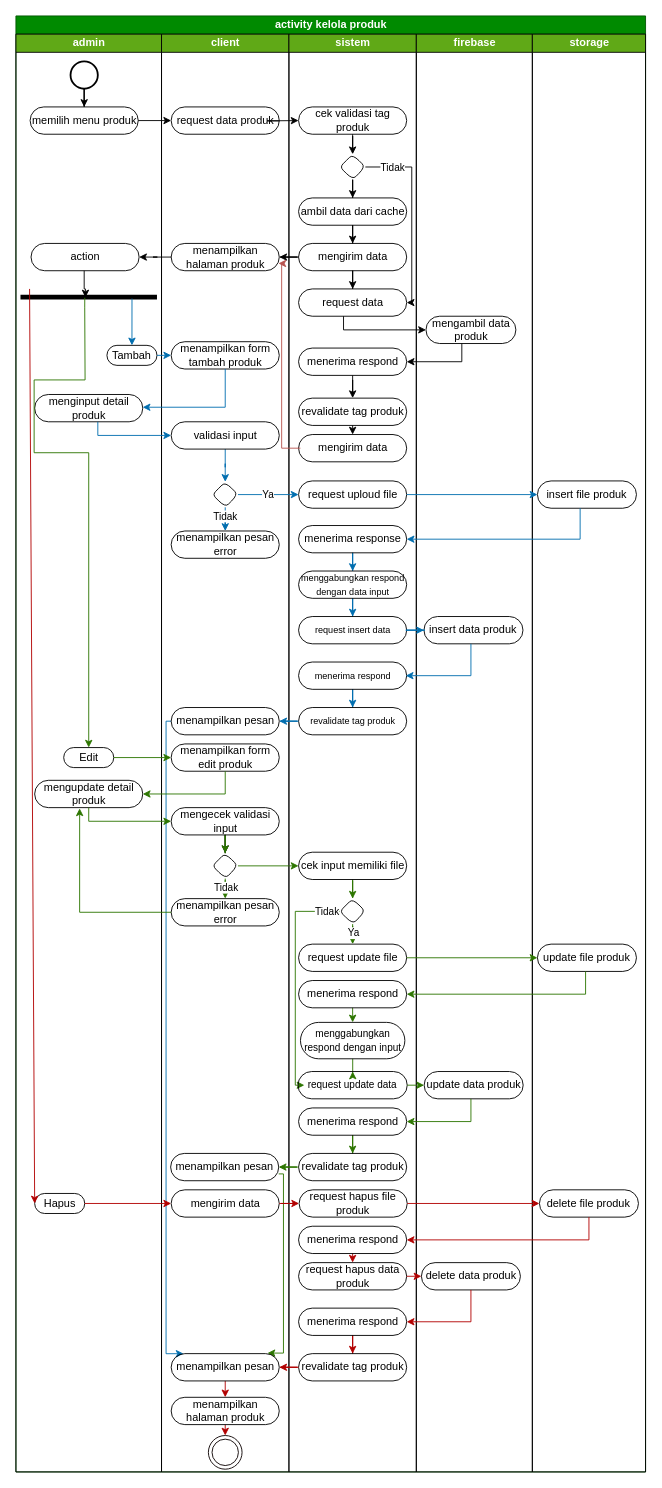
Earlier version of the draw.io diagram page "activity kelola produk" (17 of 18) of skrpsian.drawio (ThikerXCX/umltoko). Source tidied: cells renumbered, new cells numbered last; positions are measured from the earlier drawing's top-left corner, leaving out a move shared by most shapes. Both pictures are drawn from the tidied source at 91%, with x=0, y=0 at pixel (15, 15).
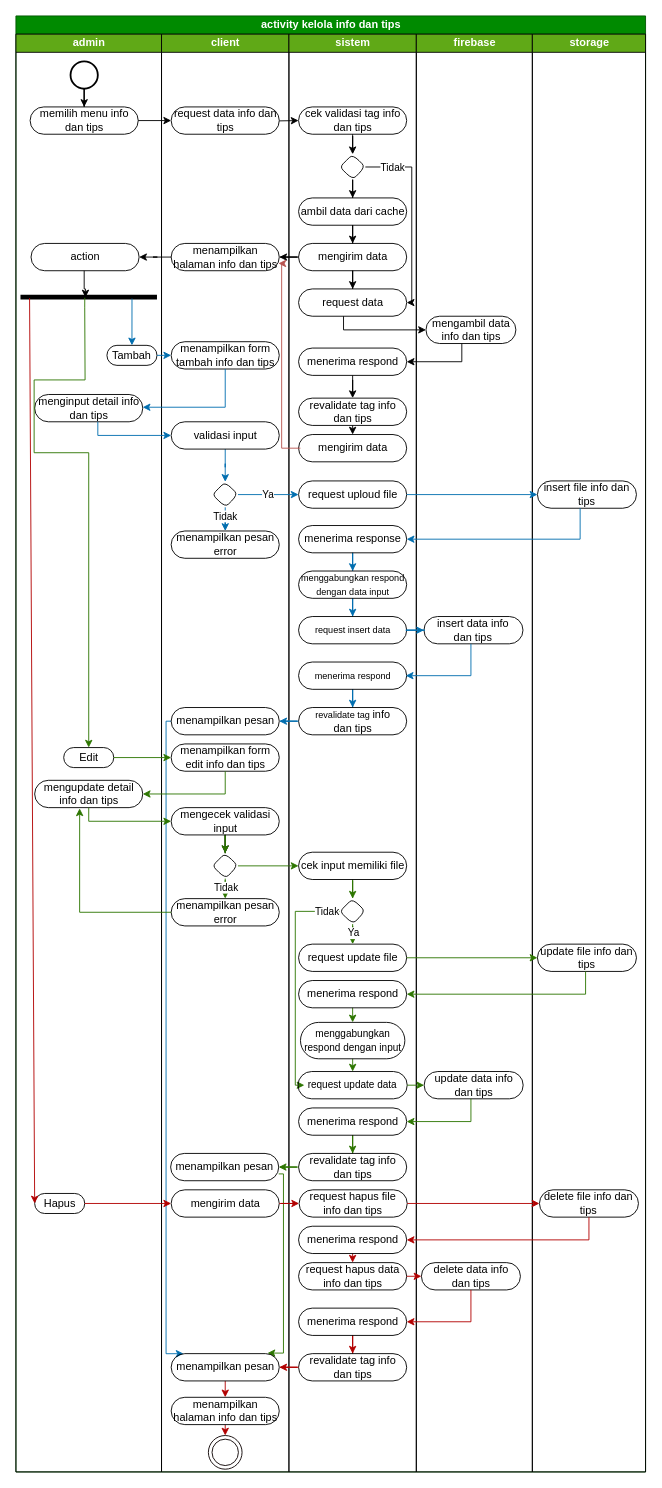
The same page after the edit.

The change refers to these unchanged cells:
```xml
<mxCell id="3" value="admin" style="swimlane;startSize=20;html=1;fillColor=#60a917;fontColor=#ffffff;strokeColor=#000000;" parent="2" vertex="1">
  <mxGeometry y="20" width="160" height="1580" as="geometry" />
</mxCell>
<mxCell id="16" value="Hapus" style="rounded=1;whiteSpace=wrap;html=1;arcSize=50;fillColor=none;" parent="3" vertex="1">
  <mxGeometry x="20.6" y="1274" width="55" height="22" as="geometry" />
</mxCell>
<mxCell id="17" value="client" style="swimlane;startSize=20;html=1;fillColor=#60a917;fontColor=#ffffff;strokeColor=#000000;" parent="2" vertex="1">
  <mxGeometry x="160" y="20" width="140" height="1580" as="geometry" />
</mxCell>
<mxCell id="45" value="sistem" style="swimlane;startSize=20;html=1;fillColor=#60a917;fontColor=#ffffff;strokeColor=#000000;" parent="2" vertex="1">
  <mxGeometry x="300" y="20" width="140" height="1580" as="geometry" />
</mxCell>
<mxCell id="82" value="&lt;font style=&quot;font-size: 11px;&quot;&gt;menggabungkan respond dengan input&lt;/font&gt;" style="rounded=1;whiteSpace=wrap;html=1;arcSize=50;fillColor=none;" parent="45" vertex="1">
  <mxGeometry x="12.7" y="1086" width="114.7" height="40" as="geometry" />
</mxCell>
<mxCell id="83" value="&lt;font style=&quot;font-size: 11px;&quot;&gt;request update data&lt;/font&gt;" style="rounded=1;whiteSpace=wrap;html=1;arcSize=50;fillColor=none;" parent="45" vertex="1">
  <mxGeometry x="10" y="1140" width="120" height="30" as="geometry" />
</mxCell>
<mxCell id="94" value="firebase" style="swimlane;startSize=20;html=1;fillColor=#60a917;fontColor=#ffffff;strokeColor=#000000;" parent="2" vertex="1">
  <mxGeometry x="440" y="20" width="127.5" height="1580" as="geometry" />
</mxCell>
<mxCell id="99" value="storage" style="swimlane;startSize=20;html=1;fillColor=#60a917;fontColor=#ffffff;strokeColor=#000000;" parent="2" vertex="1">
  <mxGeometry x="567.5" y="20" width="124.4" height="1580" as="geometry" />
</mxCell>
```

Diff of the diagram source:
```diff
@@
-    <mxCell id="2" value="activity kelola produk" style="swimlane;startSize=20;html=1;fillColor=#008a00;fontColor=#ffffff;strokeColor=#005700;" parent="1" vertex="1">
+    <mxCell id="2" value="activity kelola info dan tips" style="swimlane;startSize=20;html=1;fillColor=#008a00;fontColor=#ffffff;strokeColor=#005700;" parent="1" vertex="1">
       <mxGeometry width="691.9" height="1600" as="geometry" />
     </mxCell>
@@
-    <mxCell id="6" value="memilih menu produk" style="rounded=1;whiteSpace=wrap;html=1;arcSize=50;fillColor=none;" parent="3" vertex="1">
+    <mxCell id="6" value="memilih menu info dan tips" style="rounded=1;whiteSpace=wrap;html=1;arcSize=50;fillColor=none;" parent="3" vertex="1">
       <mxGeometry x="15.6" y="80" width="118.8" height="30" as="geometry" />
     </mxCell>
@@
-    <mxCell id="12" value="menginput detail produk" style="rounded=1;whiteSpace=wrap;html=1;arcSize=50;fillColor=none;" parent="3" vertex="1">
+    <mxCell id="12" value="menginput detail info dan tips" style="rounded=1;whiteSpace=wrap;html=1;arcSize=50;fillColor=none;" parent="3" vertex="1">
       <mxGeometry x="20.6" y="396" width="118.8" height="30" as="geometry" />
     </mxCell>
@@
-    <mxCell id="15" value="mengupdate detail produk" style="rounded=1;whiteSpace=wrap;html=1;arcSize=50;fillColor=none;" parent="3" vertex="1">
+    <mxCell id="15" value="mengupdate detail info dan tips" style="rounded=1;whiteSpace=wrap;html=1;arcSize=50;fillColor=none;" parent="3" vertex="1">
       <mxGeometry x="20.6" y="820" width="118.8" height="30" as="geometry" />
     </mxCell>
@@
-    <mxCell id="18" value="request data produk" style="rounded=1;whiteSpace=wrap;html=1;arcSize=50;fillColor=none;" parent="17" vertex="1">
+    <mxCell id="18" value="request data info dan tips" style="rounded=1;whiteSpace=wrap;html=1;arcSize=50;fillColor=none;" parent="17" vertex="1">
       <mxGeometry x="10.6" y="80" width="118.8" height="30" as="geometry" />
     </mxCell>
-    <mxCell id="19" value="menampilkan halaman produk" style="rounded=1;whiteSpace=wrap;html=1;arcSize=50;fillColor=none;" parent="17" vertex="1">
+    <mxCell id="19" value="menampilkan halaman info dan tips" style="rounded=1;whiteSpace=wrap;html=1;arcSize=50;fillColor=none;" parent="17" vertex="1">
       <mxGeometry x="10.6" y="230" width="118.8" height="30" as="geometry" />
     </mxCell>
-    <mxCell id="20" value="menampilkan form tambah produk" style="rounded=1;whiteSpace=wrap;html=1;arcSize=50;fillColor=none;" parent="17" vertex="1">
+    <mxCell id="20" value="menampilkan form tambah info dan tips" style="rounded=1;whiteSpace=wrap;html=1;arcSize=50;fillColor=none;" parent="17" vertex="1">
       <mxGeometry x="10.6" y="338" width="118.8" height="30" as="geometry" />
     </mxCell>
@@
-    <mxCell id="29" value="menampilkan form edit produk" style="rounded=1;whiteSpace=wrap;html=1;arcSize=50;fillColor=none;" parent="17" vertex="1">
+    <mxCell id="29" value="menampilkan form edit info dan tips" style="rounded=1;whiteSpace=wrap;html=1;arcSize=50;fillColor=none;" parent="17" vertex="1">
       <mxGeometry x="10.6" y="780" width="118.8" height="30" as="geometry" />
     </mxCell>
@@
-    <mxCell id="43" value="menampilkan halaman produk" style="rounded=1;whiteSpace=wrap;html=1;arcSize=50;fillColor=none;" parent="17" vertex="1">
+    <mxCell id="43" value="menampilkan halaman info dan tips" style="rounded=1;whiteSpace=wrap;html=1;arcSize=50;fillColor=none;" parent="17" vertex="1">
       <mxGeometry x="10.6" y="1498" width="118.8" height="30" as="geometry" />
     </mxCell>
@@
-    <mxCell id="47" value="cek validasi tag produk" style="rounded=1;whiteSpace=wrap;html=1;arcSize=50;fillColor=none;" parent="45" vertex="1">
+    <mxCell id="47" value="cek validasi tag info dan tips" style="rounded=1;whiteSpace=wrap;html=1;arcSize=50;fillColor=none;" parent="45" vertex="1">
       <mxGeometry x="10.6" y="80" width="118.8" height="30" as="geometry" />
     </mxCell>
@@
-    <mxCell id="60" value="revalidate tag produk" style="rounded=1;whiteSpace=wrap;html=1;arcSize=50;fillColor=none;" parent="45" vertex="1">
+    <mxCell id="60" value="revalidate tag info dan tips" style="rounded=1;whiteSpace=wrap;html=1;arcSize=50;fillColor=none;" parent="45" vertex="1">
       <mxGeometry x="10.6" y="400" width="118.8" height="30" as="geometry" />
     </mxCell>
@@
-    <mxCell id="70" value="&lt;font style=&quot;font-size: 10px;&quot;&gt;revalidate tag produk&lt;/font&gt;" style="rounded=1;whiteSpace=wrap;html=1;arcSize=50;fillColor=none;" parent="45" vertex="1">
+    <mxCell id="70" value="&lt;font style=&quot;font-size: 10px;&quot;&gt;revalidate tag&amp;nbsp;&lt;/font&gt;info&lt;div&gt;dan tips&lt;/div&gt;" style="rounded=1;whiteSpace=wrap;html=1;arcSize=50;fillColor=none;" parent="45" vertex="1">
       <mxGeometry x="10.6" y="740" width="118.8" height="30" as="geometry" />
     </mxCell>
@@
     <mxCell id="81" style="edgeStyle=orthogonalEdgeStyle;rounded=0;jettySize=auto;html=1;fillColor=#60a917;strokeColor=#2D7600;" parent="45" edge="1" source="82" target="83">
-      <mxGeometry relative="1" as="geometry" />
+      <mxGeometry relative="1" as="geometry">
+        <Array as="points">
+          <mxPoint x="70" y="1140" />
+          <mxPoint x="70" y="1140" />
+        </Array>
+      </mxGeometry>
     </mxCell>
@@
-    <mxCell id="86" value="revalidate tag produk" style="rounded=1;whiteSpace=wrap;html=1;arcSize=50;fillColor=none;" parent="45" vertex="1">
+    <mxCell id="86" value="revalidate tag info dan tips" style="rounded=1;whiteSpace=wrap;html=1;arcSize=50;fillColor=none;" parent="45" vertex="1">
       <mxGeometry x="10.6" y="1230" width="118.8" height="30" as="geometry" />
     </mxCell>
-    <mxCell id="87" value="request hapus file produk" style="rounded=1;whiteSpace=wrap;html=1;arcSize=50;fillColor=none;" parent="45" vertex="1">
+    <mxCell id="87" value="request hapus file info dan tips" style="rounded=1;whiteSpace=wrap;html=1;arcSize=50;fillColor=none;" parent="45" vertex="1">
       <mxGeometry x="11.2" y="1270" width="118.8" height="30" as="geometry" />
     </mxCell>
@@
-    <mxCell id="90" value="request hapus data produk" style="rounded=1;whiteSpace=wrap;html=1;arcSize=50;fillColor=none;" parent="45" vertex="1">
+    <mxCell id="90" value="request hapus data info dan tips" style="rounded=1;whiteSpace=wrap;html=1;arcSize=50;fillColor=none;" parent="45" vertex="1">
       <mxGeometry x="10.6" y="1350" width="118.8" height="30" as="geometry" />
     </mxCell>
@@
-    <mxCell id="93" value="revalidate tag produk" style="rounded=1;whiteSpace=wrap;html=1;arcSize=50;fillColor=none;" parent="45" vertex="1">
+    <mxCell id="93" value="revalidate tag info dan tips" style="rounded=1;whiteSpace=wrap;html=1;arcSize=50;fillColor=none;" parent="45" vertex="1">
       <mxGeometry x="10.6" y="1450" width="118.8" height="30" as="geometry" />
     </mxCell>
@@
-    <mxCell id="95" value="mengambil data produk" style="rounded=1;whiteSpace=wrap;html=1;arcSize=50;fillColor=none;" parent="94" vertex="1">
+    <mxCell id="95" value="mengambil data info dan tips" style="rounded=1;whiteSpace=wrap;html=1;arcSize=50;fillColor=none;" parent="94" vertex="1">
       <mxGeometry x="10.6" y="310" width="98.8" height="30" as="geometry" />
     </mxCell>
-    <mxCell id="96" value="insert data produk" style="rounded=1;whiteSpace=wrap;html=1;arcSize=50;fillColor=none;" parent="94" vertex="1">
+    <mxCell id="96" value="insert data info&lt;div&gt;dan tips&lt;/div&gt;" style="rounded=1;whiteSpace=wrap;html=1;arcSize=50;fillColor=none;" parent="94" vertex="1">
       <mxGeometry x="8.4" y="640" width="108.8" height="30" as="geometry" />
     </mxCell>
-    <mxCell id="97" value="update data produk" style="rounded=1;whiteSpace=wrap;html=1;arcSize=50;fillColor=none;" parent="94" vertex="1">
+    <mxCell id="97" value="update data info dan tips" style="rounded=1;whiteSpace=wrap;html=1;arcSize=50;fillColor=none;" parent="94" vertex="1">
       <mxGeometry x="8.6" y="1140" width="108.8" height="30" as="geometry" />
     </mxCell>
-    <mxCell id="98" value="delete data produk" style="rounded=1;whiteSpace=wrap;html=1;arcSize=50;fillColor=none;" parent="94" vertex="1">
+    <mxCell id="98" value="delete data info&lt;div&gt;dan tips&lt;/div&gt;" style="rounded=1;whiteSpace=wrap;html=1;arcSize=50;fillColor=none;" parent="94" vertex="1">
       <mxGeometry x="5.6" y="1350" width="108.8" height="30" as="geometry" />
     </mxCell>
@@
-    <mxCell id="100" value="insert file produk" style="rounded=1;whiteSpace=wrap;html=1;arcSize=50;fillColor=none;" parent="99" vertex="1">
+    <mxCell id="100" value="insert file info dan tips" style="rounded=1;whiteSpace=wrap;html=1;arcSize=50;fillColor=none;" parent="99" vertex="1">
       <mxGeometry x="5.6" y="491" width="108.8" height="30" as="geometry" />
     </mxCell>
-    <mxCell id="101" value="update file produk" style="rounded=1;whiteSpace=wrap;html=1;arcSize=50;fillColor=none;" parent="99" vertex="1">
+    <mxCell id="101" value="update file info dan tips" style="rounded=1;whiteSpace=wrap;html=1;arcSize=50;fillColor=none;" parent="99" vertex="1">
       <mxGeometry x="5.6" y="1000" width="108.8" height="30" as="geometry" />
     </mxCell>
-    <mxCell id="102" value="delete file produk" style="rounded=1;whiteSpace=wrap;html=1;arcSize=50;fillColor=none;" parent="99" vertex="1">
+    <mxCell id="102" value="delete file info dan tips" style="rounded=1;whiteSpace=wrap;html=1;arcSize=50;fillColor=none;" parent="99" vertex="1">
       <mxGeometry x="7.8" y="1270" width="108.8" height="30" as="geometry" />
     </mxCell>
@@
-    <mxCell id="104" style="edgeStyle=orthogonalEdgeStyle;rounded=0;jettySize=auto;html=1;entryX=0;entryY=0.5;entryDx=0;entryDy=0;exitX=1.001;exitY=0.511;exitDx=0;exitDy=0;exitPerimeter=0;" parent="2" edge="1" source="18" target="47">
-      <mxGeometry relative="1" as="geometry">
-        <Array as="points">
-          <mxPoint x="276" y="115" />
-        </Array>
-      </mxGeometry>
+    <mxCell id="104" style="rounded=0;jettySize=auto;html=1;entryX=0;entryY=0.5;entryDx=0;entryDy=0;exitX=1.001;exitY=0.511;exitDx=0;exitDy=0;exitPerimeter=0;" parent="2" edge="1" source="18" target="47">
+      <mxGeometry relative="1" as="geometry" />
     </mxCell>
@@
-    <mxCell id="137" style="rounded=0;jettySize=auto;html=1;exitX=0.033;exitY=0.556;exitDx=0;exitDy=0;exitPerimeter=0;fillColor=#e51400;strokeColor=#B20000;entryX=0;entryY=0.5;entryDx=0;entryDy=0;" parent="1" edge="1" target="16">
+    <mxCell id="137" style="rounded=0;jettySize=auto;html=1;fillColor=#e51400;strokeColor=#B20000;entryX=0;entryY=0.5;entryDx=0;entryDy=0;" parent="1" edge="1" target="16">
       <mxGeometry relative="1" as="geometry">
-        <mxPoint x="15" y="300" as="sourcePoint" />
+        <mxPoint x="15" y="310" as="sourcePoint" />
       </mxGeometry>
     </mxCell>
```
